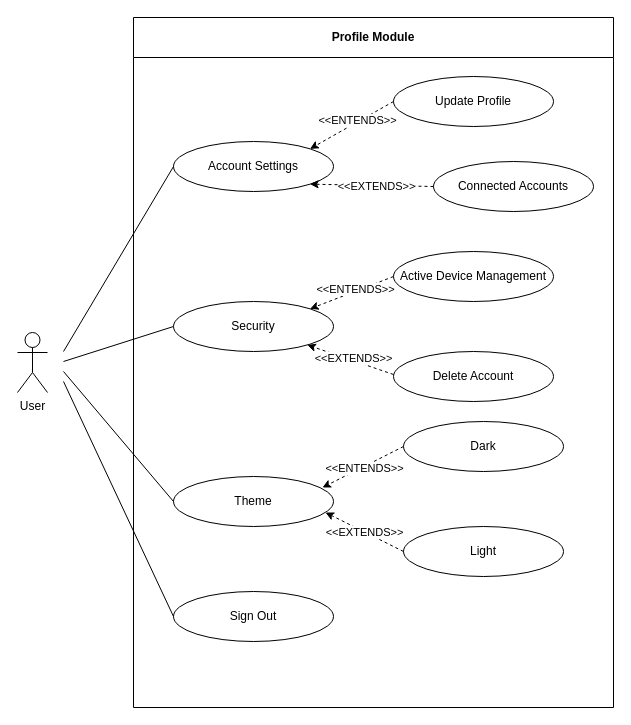
This is Usecase Diagram/Profile Module.drawio from Harshul1484/BMP-, a draw.io file, before an edit. Source tidied: cells renumbered, new cells numbered last; positions are measured from the earlier drawing's top-left corner, leaving out a move shared by most shapes. Both pictures are drawn from the tidied source at 100%, with x=0, y=0 at pixel (17, 17).
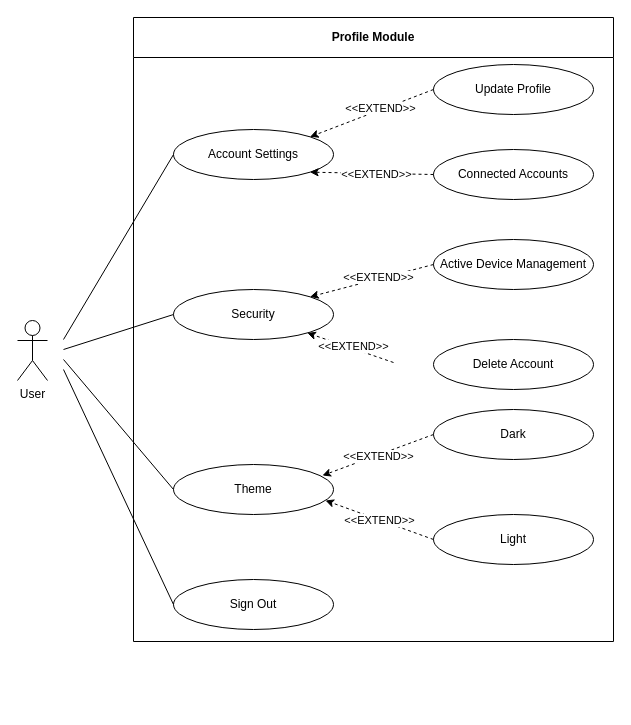
After the change.

What changed in the source:
```diff
@@
-    <mxCell id="2" value="Profile Module" style="swimlane;whiteSpace=wrap;html=1;startSize=40;" parent="1" vertex="1">
-      <mxGeometry x="116" width="480" height="690" as="geometry" />
+    <mxCell id="2" value="Profile Module" style="swimlane;whiteSpace=wrap;html=1;startSize=40;labelBackgroundColor=none;fillColor=none;" parent="1" vertex="1">
+      <mxGeometry x="116" width="480" height="624" as="geometry" />
     </mxCell>
-    <mxCell id="3" value="Account Settings" style="ellipse;whiteSpace=wrap;html=1;" parent="2" vertex="1">
-      <mxGeometry x="40" y="124" width="160" height="50" as="geometry" />
+    <mxCell id="3" value="Account Settings" style="ellipse;whiteSpace=wrap;html=1;labelBackgroundColor=none;fillColor=none;" parent="2" vertex="1">
+      <mxGeometry x="40" y="112" width="160" height="50" as="geometry" />
     </mxCell>
-    <mxCell id="4" value="Security" style="ellipse;whiteSpace=wrap;html=1;" parent="2" vertex="1">
-      <mxGeometry x="40" y="284" width="160" height="50" as="geometry" />
+    <mxCell id="4" value="Security" style="ellipse;whiteSpace=wrap;html=1;labelBackgroundColor=none;fillColor=none;" parent="2" vertex="1">
+      <mxGeometry x="40" y="272" width="160" height="50" as="geometry" />
     </mxCell>
-    <mxCell id="5" value="Theme" style="ellipse;whiteSpace=wrap;html=1;" parent="2" vertex="1">
-      <mxGeometry x="40" y="459" width="160" height="50" as="geometry" />
+    <mxCell id="5" value="Theme" style="ellipse;whiteSpace=wrap;html=1;labelBackgroundColor=none;fillColor=none;" parent="2" vertex="1">
+      <mxGeometry x="40" y="447" width="160" height="50" as="geometry" />
     </mxCell>
-    <mxCell id="6" value="Sign Out" style="ellipse;whiteSpace=wrap;html=1;" parent="2" vertex="1">
-      <mxGeometry x="40" y="574" width="160" height="50" as="geometry" />
+    <mxCell id="6" value="Sign Out" style="ellipse;whiteSpace=wrap;html=1;labelBackgroundColor=none;fillColor=none;" parent="2" vertex="1">
+      <mxGeometry x="40" y="562" width="160" height="50" as="geometry" />
     </mxCell>
-    <mxCell id="7" value="Delete Account" style="ellipse;whiteSpace=wrap;html=1;" parent="2" vertex="1">
-      <mxGeometry x="260" y="334" width="160" height="50" as="geometry" />
+    <mxCell id="7" value="Delete Account" style="ellipse;whiteSpace=wrap;html=1;labelBackgroundColor=none;fillColor=none;" parent="2" vertex="1">
+      <mxGeometry x="300" y="322" width="160" height="50" as="geometry" />
     </mxCell>
-    <mxCell id="8" value="Update Profile" style="ellipse;whiteSpace=wrap;html=1;" parent="2" vertex="1">
-      <mxGeometry x="260" y="59" width="160" height="50" as="geometry" />
+    <mxCell id="8" value="Update Profile" style="ellipse;whiteSpace=wrap;html=1;labelBackgroundColor=none;fillColor=none;" parent="2" vertex="1">
+      <mxGeometry x="300" y="47" width="160" height="50" as="geometry" />
     </mxCell>
-    <mxCell id="9" value="Connected Accounts" style="ellipse;whiteSpace=wrap;html=1;" parent="2" vertex="1">
-      <mxGeometry x="300" y="144" width="160" height="50" as="geometry" />
+    <mxCell id="9" value="Connected Accounts" style="ellipse;whiteSpace=wrap;html=1;labelBackgroundColor=none;fillColor=none;" parent="2" vertex="1">
+      <mxGeometry x="300" y="132" width="160" height="50" as="geometry" />
     </mxCell>
-    <mxCell id="10" value="Active Device Management" style="ellipse;whiteSpace=wrap;html=1;" parent="2" vertex="1">
-      <mxGeometry x="260" y="234" width="160" height="50" as="geometry" />
+    <mxCell id="10" value="Active Device Management" style="ellipse;whiteSpace=wrap;html=1;labelBackgroundColor=none;fillColor=none;" parent="2" vertex="1">
+      <mxGeometry x="300" y="222" width="160" height="50" as="geometry" />
     </mxCell>
-    <mxCell id="11" value="Dark" style="ellipse;whiteSpace=wrap;html=1;" parent="2" vertex="1">
-      <mxGeometry x="270" y="404" width="160" height="50" as="geometry" />
+    <mxCell id="11" value="Dark" style="ellipse;whiteSpace=wrap;html=1;labelBackgroundColor=none;fillColor=none;" parent="2" vertex="1">
+      <mxGeometry x="300" y="392" width="160" height="50" as="geometry" />
     </mxCell>
-    <mxCell id="12" value="Light" style="ellipse;whiteSpace=wrap;html=1;" parent="2" vertex="1">
-      <mxGeometry x="270" y="509" width="160" height="50" as="geometry" />
+    <mxCell id="12" value="Light" style="ellipse;whiteSpace=wrap;html=1;labelBackgroundColor=none;fillColor=none;" parent="2" vertex="1">
+      <mxGeometry x="300" y="497" width="160" height="50" as="geometry" />
     </mxCell>
-    <mxCell id="13" style="endArrow=classic;html=1;rounded=0;exitX=0;exitY=0.5;exitDx=0;exitDy=0;entryX=1;entryY=0;entryDx=0;entryDy=0;dashed=1;" parent="2" edge="1" source="8" target="3">
+    <mxCell id="13" style="endArrow=classic;html=1;rounded=0;exitX=0;exitY=0.5;exitDx=0;exitDy=0;entryX=1;entryY=0;entryDx=0;entryDy=0;dashed=1;labelBackgroundColor=none;" parent="2" edge="1" source="8" target="3">
       <mxGeometry relative="1" as="geometry" />
     </mxCell>
-    <mxCell id="14" value="&amp;lt;&amp;lt;ENTENDS&amp;gt;&amp;gt;" style="edgeLabel;html=1;align=center;verticalAlign=middle;" parent="13" vertex="1">
+    <mxCell id="14" value="&amp;lt;&amp;lt;EXTEND&amp;gt;&amp;gt;" style="edgeLabel;html=1;align=center;verticalAlign=middle;labelBackgroundColor=default;" parent="13" vertex="1">
       <mxGeometry x="-0.13" y="-2" relative="1" as="geometry">
         <mxPoint x="1" as="offset" />
       </mxGeometry>
     </mxCell>
-    <mxCell id="15" style="endArrow=classic;html=1;rounded=0;exitX=0;exitY=0.5;exitDx=0;exitDy=0;entryX=1;entryY=1;entryDx=0;entryDy=0;dashed=1;" parent="2" edge="1" source="9" target="3">
+    <mxCell id="15" style="endArrow=classic;html=1;rounded=0;exitX=0;exitY=0.5;exitDx=0;exitDy=0;entryX=1;entryY=1;entryDx=0;entryDy=0;dashed=1;labelBackgroundColor=none;" parent="2" edge="1" source="9" target="3">
       <mxGeometry relative="1" as="geometry" />
     </mxCell>
-    <mxCell id="16" value="&amp;lt;&amp;lt;EXTENDS&amp;gt;&amp;gt;" style="edgeLabel;html=1;align=center;verticalAlign=middle;" parent="15" vertex="1">
+    <mxCell id="16" value="&amp;lt;&amp;lt;EXTEND&amp;gt;&amp;gt;" style="edgeLabel;html=1;align=center;verticalAlign=middle;labelBackgroundColor=default;" parent="15" vertex="1">
       <mxGeometry x="-0.07" y="1" relative="1" as="geometry" />
     </mxCell>
-    <mxCell id="17" style="endArrow=classic;html=1;rounded=0;exitX=0;exitY=0.5;exitDx=0;exitDy=0;entryX=1;entryY=0;entryDx=0;entryDy=0;dashed=1;" parent="2" edge="1" source="10" target="4">
+    <mxCell id="17" style="endArrow=classic;html=1;rounded=0;exitX=0;exitY=0.5;exitDx=0;exitDy=0;entryX=1;entryY=0;entryDx=0;entryDy=0;dashed=1;labelBackgroundColor=none;" parent="2" edge="1" source="10" target="4">
       <mxGeometry relative="1" as="geometry" />
     </mxCell>
-    <mxCell id="18" value="&amp;lt;&amp;lt;ENTENDS&amp;gt;&amp;gt;" style="edgeLabel;html=1;align=center;verticalAlign=middle;" parent="17" vertex="1">
+    <mxCell id="18" value="&amp;lt;&amp;lt;EXTEND&amp;gt;&amp;gt;" style="edgeLabel;html=1;align=center;verticalAlign=middle;labelBackgroundColor=default;" parent="17" vertex="1">
       <mxGeometry x="-0.1" y="-2" relative="1" as="geometry" />
     </mxCell>
-    <mxCell id="19" style="endArrow=classic;html=1;rounded=0;exitX=0;exitY=0.5;exitDx=0;exitDy=0;dashed=1;" parent="2" edge="1" target="4">
+    <mxCell id="19" style="endArrow=classic;html=1;rounded=0;exitX=0;exitY=0.5;exitDx=0;exitDy=0;dashed=1;labelBackgroundColor=none;" parent="2" edge="1" target="4">
       <mxGeometry relative="1" as="geometry">
-        <mxPoint x="260" y="357" as="sourcePoint" />
+        <mxPoint x="260" y="345" as="sourcePoint" />
       </mxGeometry>
     </mxCell>
-    <mxCell id="20" value="&amp;lt;&amp;lt;EXTENDS&amp;gt;&amp;gt;" style="edgeLabel;html=1;align=center;verticalAlign=middle;" parent="19" vertex="1">
+    <mxCell id="20" value="&amp;lt;&amp;lt;EXTEND&amp;gt;&amp;gt;" style="edgeLabel;html=1;align=center;verticalAlign=middle;labelBackgroundColor=default;" parent="19" vertex="1">
       <mxGeometry x="-0.03" y="-2" relative="1" as="geometry" />
     </mxCell>
-    <mxCell id="21" style="endArrow=classic;html=1;rounded=0;exitX=0;exitY=0.5;exitDx=0;exitDy=0;entryX=0.931;entryY=0.22;entryDx=0;entryDy=0;entryPerimeter=0;dashed=1;" parent="2" edge="1" source="11" target="5">
+    <mxCell id="21" style="endArrow=classic;html=1;rounded=0;exitX=0;exitY=0.5;exitDx=0;exitDy=0;entryX=0.931;entryY=0.22;entryDx=0;entryDy=0;entryPerimeter=0;dashed=1;labelBackgroundColor=none;" parent="2" edge="1" source="11" target="5">
       <mxGeometry relative="1" as="geometry" />
     </mxCell>
-    <mxCell id="22" value="&amp;lt;&amp;lt;ENTENDS&amp;gt;&amp;gt;" style="edgeLabel;html=1;align=center;verticalAlign=middle;" parent="21" vertex="1">
+    <mxCell id="22" value="&amp;lt;&amp;lt;EXTEND&amp;gt;&amp;gt;" style="edgeLabel;html=1;align=center;verticalAlign=middle;labelBackgroundColor=default;" parent="21" vertex="1">
       <mxGeometry x="-0.01" y="1" relative="1" as="geometry" />
     </mxCell>
-    <mxCell id="23" style="endArrow=classic;html=1;rounded=0;exitX=0;exitY=0.5;exitDx=0;exitDy=0;entryX=0.95;entryY=0.72;entryDx=0;entryDy=0;entryPerimeter=0;dashed=1;" parent="2" edge="1" source="12" target="5">
+    <mxCell id="23" style="endArrow=classic;html=1;rounded=0;exitX=0;exitY=0.5;exitDx=0;exitDy=0;entryX=0.95;entryY=0.72;entryDx=0;entryDy=0;entryPerimeter=0;dashed=1;labelBackgroundColor=none;" parent="2" edge="1" source="12" target="5">
       <mxGeometry relative="1" as="geometry" />
     </mxCell>
-    <mxCell id="24" value="&amp;lt;&amp;lt;EXTENDS&amp;gt;&amp;gt;" style="edgeLabel;html=1;align=center;verticalAlign=middle;" parent="23" vertex="1">
+    <mxCell id="24" value="&amp;lt;&amp;lt;EXTEND&amp;gt;&amp;gt;" style="edgeLabel;html=1;align=center;verticalAlign=middle;labelBackgroundColor=default;" parent="23" vertex="1">
       <mxGeometry x="0.01" relative="1" as="geometry" />
     </mxCell>
-    <mxCell id="25" value="User" style="shape=umlActor;verticalLabelPosition=bottom;verticalAlign=top;html=1;" parent="1" vertex="1">
-      <mxGeometry y="315" width="30" height="60" as="geometry" />
+    <mxCell id="25" value="User" style="shape=umlActor;verticalLabelPosition=bottom;verticalAlign=top;html=1;labelBackgroundColor=none;fillColor=none;" parent="1" vertex="1">
+      <mxGeometry y="303" width="30" height="60" as="geometry" />
     </mxCell>
-    <mxCell id="26" style="endArrow=none;html=1;rounded=0;entryX=0;entryY=0.5;entryDx=0;entryDy=0;" parent="1" edge="1" target="3">
+    <mxCell id="26" style="endArrow=none;html=1;rounded=0;entryX=0;entryY=0.5;entryDx=0;entryDy=0;labelBackgroundColor=none;" parent="1" edge="1" target="3">
       <mxGeometry relative="1" as="geometry">
-        <mxPoint x="46" y="334" as="sourcePoint" />
+        <mxPoint x="46" y="322" as="sourcePoint" />
       </mxGeometry>
     </mxCell>
-    <mxCell id="27" style="endArrow=none;html=1;rounded=0;entryX=0;entryY=0.5;entryDx=0;entryDy=0;" parent="1" edge="1" target="4">
+    <mxCell id="27" style="endArrow=none;html=1;rounded=0;entryX=0;entryY=0.5;entryDx=0;entryDy=0;labelBackgroundColor=none;" parent="1" edge="1" target="4">
       <mxGeometry relative="1" as="geometry">
-        <mxPoint x="46" y="344" as="sourcePoint" />
+        <mxPoint x="46" y="332" as="sourcePoint" />
       </mxGeometry>
     </mxCell>
-    <mxCell id="28" style="endArrow=none;html=1;rounded=0;entryX=0;entryY=0.5;entryDx=0;entryDy=0;" parent="1" edge="1" target="5">
+    <mxCell id="28" style="endArrow=none;html=1;rounded=0;entryX=0;entryY=0.5;entryDx=0;entryDy=0;labelBackgroundColor=none;" parent="1" edge="1" target="5">
       <mxGeometry relative="1" as="geometry">
-        <mxPoint x="46" y="354" as="sourcePoint" />
+        <mxPoint x="46" y="342" as="sourcePoint" />
       </mxGeometry>
     </mxCell>
-    <mxCell id="29" style="endArrow=none;html=1;rounded=0;entryX=0;entryY=0.5;entryDx=0;entryDy=0;" parent="1" edge="1" target="6">
+    <mxCell id="29" style="endArrow=none;html=1;rounded=0;entryX=0;entryY=0.5;entryDx=0;entryDy=0;labelBackgroundColor=none;" parent="1" edge="1" target="6">
       <mxGeometry relative="1" as="geometry">
-        <mxPoint x="46" y="364" as="sourcePoint" />
+        <mxPoint x="46" y="352" as="sourcePoint" />
       </mxGeometry>
     </mxCell>
```
